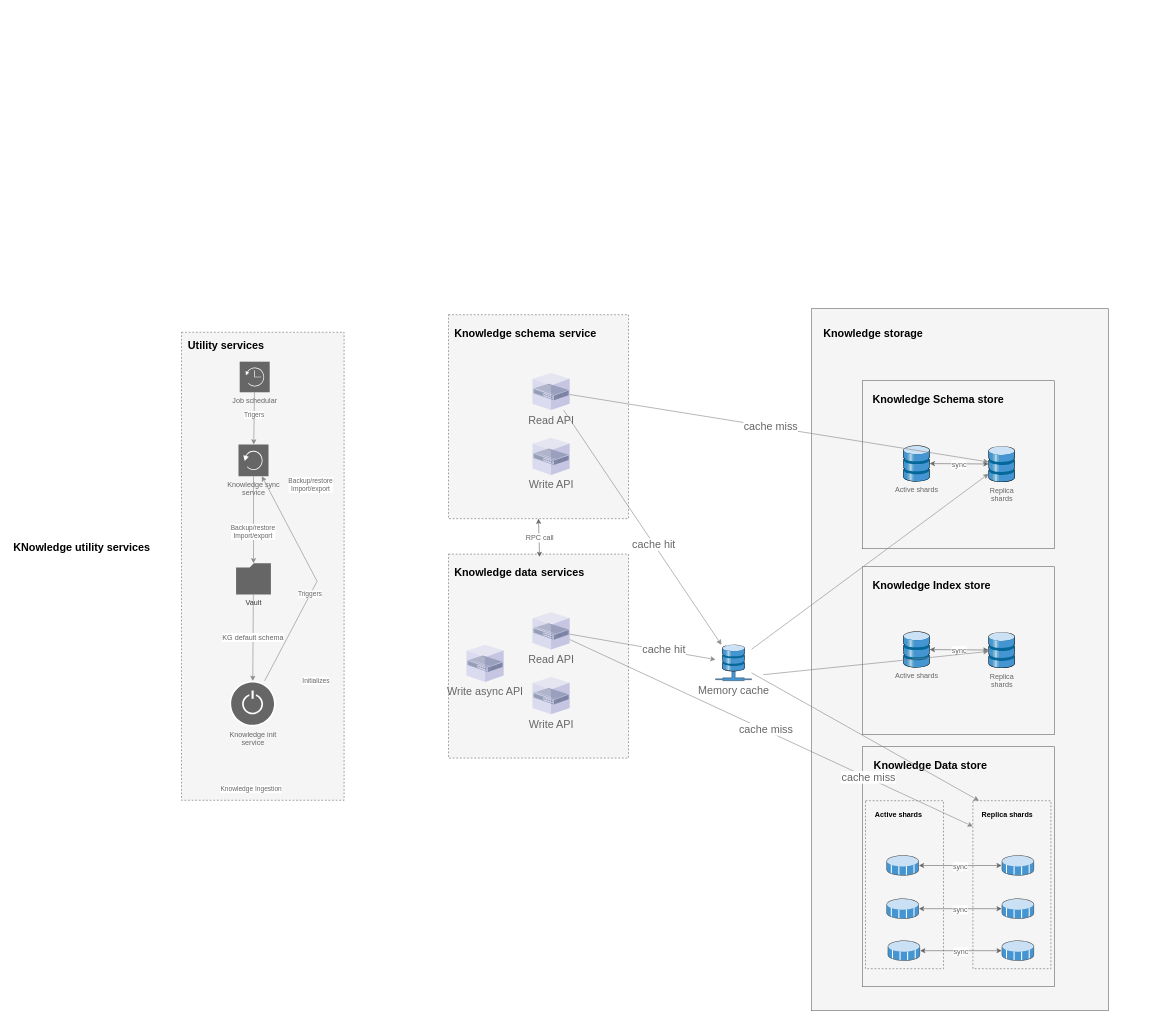
The draw.io diagram page "Utility services" (5 of 6) of KnowledgeArchitecture.drawio in supriyopaul/diagrams, before the edit. Source tidied: cells renumbered, new cells numbered last; positions are measured from the earlier drawing's top-left corner, leaving out a move shared by most shapes. Both pictures are drawn from the tidied source at 60%, with x=0, y=0 at pixel (10, 308).
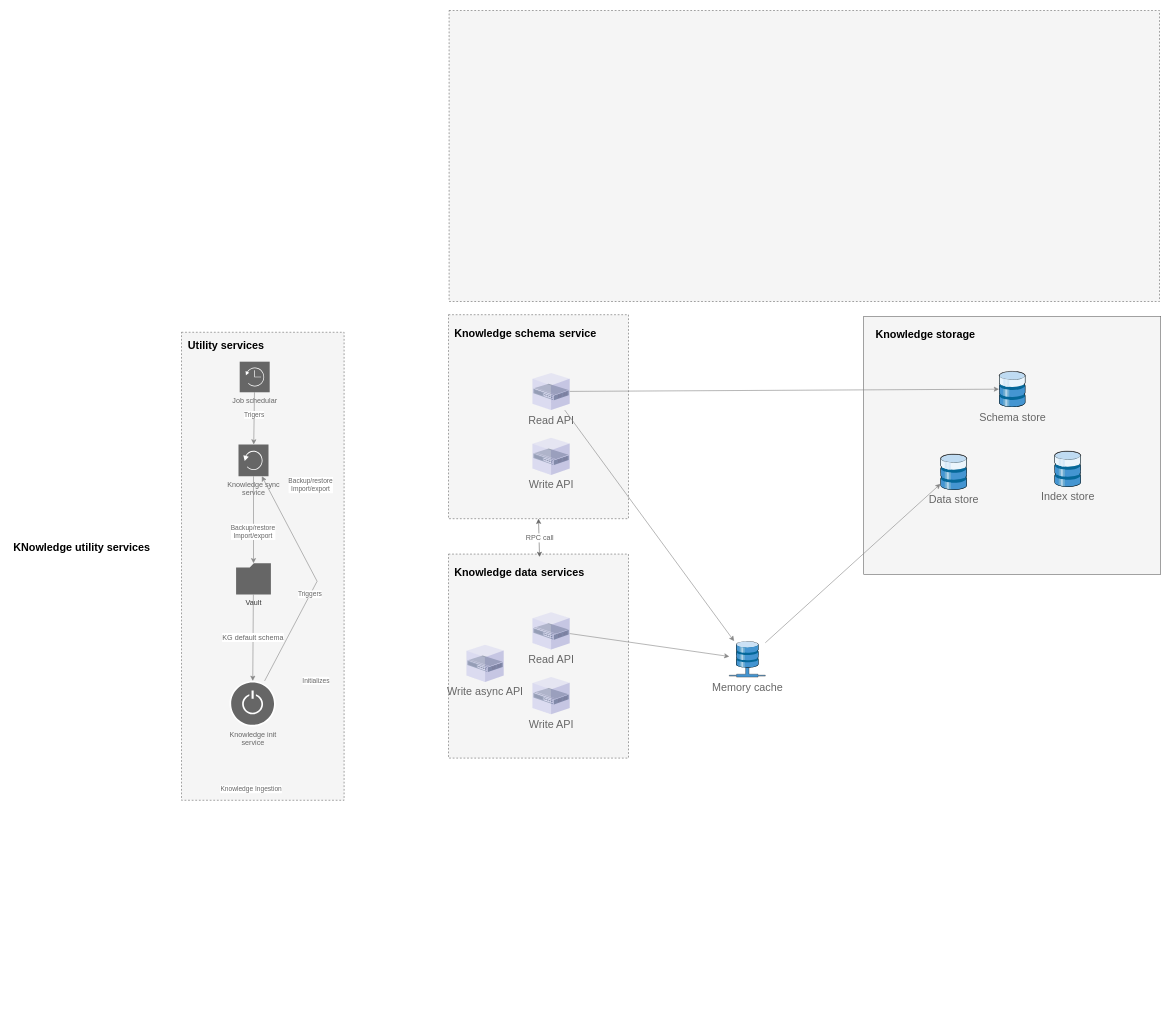
The same diagram, later.

Unchanged cells that the change refers to:
```xml
<mxCell id="44" value="Read API" style="sketch=0;shadow=0;dashed=0;html=1;labelPosition=center;verticalLabelPosition=bottom;verticalAlign=top;align=center;outlineConnect=0;shape=mxgraph.veeam.3d.vnic;fontSize=18;fontColor=#666666;fillColor=#666666;" parent="41" vertex="1">
  <mxGeometry x="140" y="97" width="62" height="62" as="geometry" />
</mxCell>
<mxCell id="50" value="Read API" style="sketch=0;shadow=0;dashed=0;html=1;labelPosition=center;verticalLabelPosition=bottom;verticalAlign=top;align=center;outlineConnect=0;shape=mxgraph.veeam.3d.vnic;fontSize=18;fontColor=#666666;fillColor=#666666;" parent="47" vertex="1">
  <mxGeometry x="140" y="97" width="62" height="62" as="geometry" />
</mxCell>
<mxCell id="53" style="endArrow=classic;html=1;rounded=0;fontSize=12;fontColor=#000000;strokeColor=#878787;fontStyle=0;" parent="1" edge="1" source="50" target="39">
  <mxGeometry relative="1" as="geometry" />
</mxCell>
<mxCell id="55" style="endArrow=classic;html=1;rounded=0;fontSize=12;fontColor=#000000;strokeColor=#878787;fontStyle=0;" parent="1" edge="1" source="44" target="39">
  <mxGeometry relative="1" as="geometry" />
</mxCell>
```

Diff of the diagram source:
```diff
@@
     <mxCell id="3" style="group;" parent="1" vertex="1">
-      <mxGeometry x="1335" width="495" height="1170" as="geometry" />
+      <mxGeometry x="1422" y="13" width="495" height="508" as="geometry" />
     </mxCell>
     <mxCell id="4" style="group;fillColor=#f5f5f5;strokeColor=#666666;fontStyle=0;" parent="3" vertex="1">
-      <mxGeometry width="495" height="1170" as="geometry" />
+      <mxGeometry width="495" height="430" as="geometry" />
     </mxCell>
-    <mxCell id="5" style="group;" parent="3" vertex="1">
-      <mxGeometry x="85" y="430" width="320" height="280" as="geometry" />
-    </mxCell>
-    <mxCell id="6" style="rounded=0;whiteSpace=wrap;html=1;fillColor=#f5f5f5;strokeColor=#666666;fontStyle=0;fontColor=#333333;" parent="5" vertex="1">
-      <mxGeometry width="320" height="280" as="geometry" />
-    </mxCell>
-    <mxCell id="7" value="&lt;h1&gt;&lt;font style=&quot;font-size: 18px;&quot;&gt;Knowledge Index store&lt;/font&gt;&lt;/h1&gt;" style="text;html=1;strokeColor=none;fillColor=none;spacing=5;spacingTop=-20;whiteSpace=wrap;overflow=hidden;rounded=0;" parent="5" vertex="1">
-      <mxGeometry x="12" y="10" width="258" height="46" as="geometry" />
-    </mxCell>
-    <mxCell id="8" value="Replica&lt;br&gt;shards" style="sketch=0;shadow=0;dashed=0;html=1;labelPosition=center;verticalLabelPosition=bottom;verticalAlign=top;align=center;outlineConnect=0;shape=mxgraph.veeam.3d.full_datastore;fontSize=12;fontColor=#666666;fillColor=#666666;" parent="5" vertex="1">
-      <mxGeometry x="210" y="109" width="44" height="60" as="geometry" />
-    </mxCell>
-    <mxCell id="9" value="Active shards" style="sketch=0;shadow=0;dashed=0;html=1;labelPosition=center;verticalLabelPosition=bottom;verticalAlign=top;align=center;outlineConnect=0;shape=mxgraph.veeam.3d.full_datastore;fontSize=12;fontColor=#666666;fillColor=#666666;" parent="5" vertex="1">
-      <mxGeometry x="68" y="108" width="44" height="60" as="geometry" />
-    </mxCell>
-    <mxCell id="10" style="endArrow=classic;startArrow=classic;html=1;rounded=0;fontSize=18;strokeColor=#666666;" parent="5" edge="1" source="9" target="8">
-      <mxGeometry relative="1" as="geometry" />
-    </mxCell>
-    <mxCell id="11" value="sync" style="edgeLabel;html=1;align=center;verticalAlign=middle;fontSize=12;fontColor=#666666;" parent="10" vertex="1">
-      <mxGeometry x="-0.01" y="-1" relative="1" as="geometry" />
-    </mxCell>
-    <mxCell id="12" style="group;" parent="3" vertex="1">
-      <mxGeometry x="85" y="120" width="320" height="280" as="geometry" />
-    </mxCell>
-    <mxCell id="13" style="rounded=0;whiteSpace=wrap;html=1;fillColor=#f5f5f5;strokeColor=#666666;fontStyle=0;fontColor=#333333;" parent="12" vertex="1">
-      <mxGeometry width="320" height="280" as="geometry" />
-    </mxCell>
-    <mxCell id="14" value="&lt;h1&gt;&lt;font style=&quot;font-size: 18px;&quot;&gt;Knowledge Schema store&lt;/font&gt;&lt;/h1&gt;" style="text;html=1;strokeColor=none;fillColor=none;spacing=5;spacingTop=-20;whiteSpace=wrap;overflow=hidden;rounded=0;" parent="12" vertex="1">
-      <mxGeometry x="12" y="10" width="268" height="46" as="geometry" />
-    </mxCell>
-    <mxCell id="15" value="Replica&lt;br&gt;shards" style="sketch=0;shadow=0;dashed=0;html=1;labelPosition=center;verticalLabelPosition=bottom;verticalAlign=top;align=center;outlineConnect=0;shape=mxgraph.veeam.3d.full_datastore;fontSize=12;fontColor=#666666;fillColor=#666666;" parent="12" vertex="1">
-      <mxGeometry x="210" y="109" width="44" height="60" as="geometry" />
-    </mxCell>
-    <mxCell id="16" value="Active shards" style="sketch=0;shadow=0;dashed=0;html=1;labelPosition=center;verticalLabelPosition=bottom;verticalAlign=top;align=center;outlineConnect=0;shape=mxgraph.veeam.3d.full_datastore;fontSize=12;fontColor=#666666;fillColor=#666666;" parent="12" vertex="1">
-      <mxGeometry x="68" y="108" width="44" height="60" as="geometry" />
-    </mxCell>
-    <mxCell id="17" style="endArrow=classic;startArrow=classic;html=1;rounded=0;fontSize=18;strokeColor=#666666;" parent="12" edge="1" source="16" target="15">
-      <mxGeometry relative="1" as="geometry" />
-    </mxCell>
-    <mxCell id="18" value="sync" style="edgeLabel;html=1;align=center;verticalAlign=middle;fontSize=12;fontColor=#666666;" parent="17" vertex="1">
-      <mxGeometry x="-0.01" y="-1" relative="1" as="geometry" />
-    </mxCell>
-    <mxCell id="19" style="group;" parent="3" vertex="1">
-      <mxGeometry x="85" y="730" width="410" height="400" as="geometry" />
-    </mxCell>
-    <mxCell id="20" style="rounded=0;whiteSpace=wrap;html=1;fillColor=#f5f5f5;strokeColor=#666666;fontStyle=0;fontColor=#333333;" parent="19" vertex="1">
-      <mxGeometry width="320" height="400" as="geometry" />
-    </mxCell>
-    <mxCell id="21" style="rounded=0;whiteSpace=wrap;html=1;fillColor=#f5f5f5;strokeColor=#666666;fontStyle=0;dashed=1;fontColor=#333333;" parent="19" vertex="1">
-      <mxGeometry x="184" y="90" width="130" height="280" as="geometry" />
-    </mxCell>
-    <mxCell id="22" style="rounded=0;whiteSpace=wrap;html=1;fillColor=#f5f5f5;strokeColor=#666666;fontStyle=0;dashed=1;fontColor=#333333;" parent="19" vertex="1">
-      <mxGeometry x="5" y="90" width="130" height="280" as="geometry" />
-    </mxCell>
-    <mxCell id="23" style="endArrow=classic;startArrow=classic;html=1;rounded=0;fontSize=18;strokeColor=#666666;" parent="19" edge="1" source="29" target="28">
-      <mxGeometry relative="1" as="geometry" />
-    </mxCell>
-    <mxCell id="24" value="sync" style="edgeLabel;html=1;align=center;verticalAlign=middle;fontSize=12;fontColor=#666666;" parent="23" vertex="1">
-      <mxGeometry x="-0.01" y="-1" relative="1" as="geometry" />
-    </mxCell>
-    <mxCell id="25" value="&lt;h1&gt;&lt;font style=&quot;font-size: 12px;&quot;&gt;Active shards&lt;/font&gt;&lt;/h1&gt;" style="text;html=1;strokeColor=none;fillColor=none;spacing=5;spacingTop=-20;whiteSpace=wrap;overflow=hidden;rounded=0;" parent="19" vertex="1">
-      <mxGeometry x="16" y="90" width="106" height="46" as="geometry" />
-    </mxCell>
-    <mxCell id="26" value="&lt;h1&gt;&lt;font style=&quot;font-size: 12px;&quot;&gt;Replica shards&lt;/font&gt;&lt;/h1&gt;" style="text;html=1;strokeColor=none;fillColor=none;spacing=5;spacingTop=-20;whiteSpace=wrap;overflow=hidden;rounded=0;" parent="19" vertex="1">
-      <mxGeometry x="194" y="90" width="106" height="46" as="geometry" />
-    </mxCell>
-    <mxCell id="27" value="&lt;h1&gt;&lt;font style=&quot;font-size: 18px;&quot;&gt;Knowledge Data store&lt;/font&gt;&lt;/h1&gt;" style="text;html=1;strokeColor=none;fillColor=none;spacing=5;spacingTop=-20;whiteSpace=wrap;overflow=hidden;rounded=0;" parent="19" vertex="1">
-      <mxGeometry x="14" y="10" width="246" height="46" as="geometry" />
-    </mxCell>
-    <mxCell id="28" style="sketch=0;shadow=0;dashed=0;html=1;labelPosition=center;verticalLabelPosition=bottom;verticalAlign=top;align=center;outlineConnect=0;shape=mxgraph.veeam.3d.datastore_volume;fontSize=12;fontColor=#666666;fillColor=#666666;" parent="19" vertex="1">
-      <mxGeometry x="232" y="181" width="54" height="34" as="geometry" />
-    </mxCell>
-    <mxCell id="29" style="sketch=0;shadow=0;dashed=0;html=1;labelPosition=center;verticalLabelPosition=bottom;verticalAlign=top;align=center;outlineConnect=0;shape=mxgraph.veeam.3d.datastore_volume;fontSize=12;fontColor=#666666;fillColor=#666666;" parent="19" vertex="1">
-      <mxGeometry x="40" y="181" width="54" height="34" as="geometry" />
-    </mxCell>
-    <mxCell id="30" style="sketch=0;shadow=0;dashed=0;html=1;labelPosition=center;verticalLabelPosition=bottom;verticalAlign=top;align=center;outlineConnect=0;shape=mxgraph.veeam.3d.datastore_volume;fontSize=12;fontColor=#666666;fillColor=#666666;" parent="19" vertex="1">
-      <mxGeometry x="42" y="323" width="54" height="34" as="geometry" />
-    </mxCell>
-    <mxCell id="31" style="sketch=0;shadow=0;dashed=0;html=1;labelPosition=center;verticalLabelPosition=bottom;verticalAlign=top;align=center;outlineConnect=0;shape=mxgraph.veeam.3d.datastore_volume;fontSize=12;fontColor=#666666;fillColor=#666666;" parent="19" vertex="1">
-      <mxGeometry x="232" y="253" width="54" height="34" as="geometry" />
-    </mxCell>
-    <mxCell id="32" style="sketch=0;shadow=0;dashed=0;html=1;labelPosition=center;verticalLabelPosition=bottom;verticalAlign=top;align=center;outlineConnect=0;shape=mxgraph.veeam.3d.datastore_volume;fontSize=12;fontColor=#666666;fillColor=#666666;" parent="19" vertex="1">
-      <mxGeometry x="40" y="253" width="54" height="34" as="geometry" />
-    </mxCell>
-    <mxCell id="33" style="endArrow=classic;startArrow=classic;html=1;rounded=0;fontSize=18;strokeColor=#666666;" parent="19" edge="1" source="32" target="31">
-      <mxGeometry relative="1" as="geometry" />
-    </mxCell>
-    <mxCell id="34" value="sync" style="edgeLabel;html=1;align=center;verticalAlign=middle;fontSize=12;fontColor=#666666;" parent="33" vertex="1">
-      <mxGeometry x="-0.01" y="-1" relative="1" as="geometry" />
-    </mxCell>
-    <mxCell id="35" style="sketch=0;shadow=0;dashed=0;html=1;labelPosition=center;verticalLabelPosition=bottom;verticalAlign=top;align=center;outlineConnect=0;shape=mxgraph.veeam.3d.datastore_volume;fontSize=12;fontColor=#666666;fillColor=#666666;" parent="19" vertex="1">
-      <mxGeometry x="232" y="323" width="54" height="34" as="geometry" />
-    </mxCell>
-    <mxCell id="36" style="endArrow=classic;startArrow=classic;html=1;rounded=0;fontSize=18;strokeColor=#666666;" parent="19" edge="1" source="30" target="35">
-      <mxGeometry relative="1" as="geometry" />
-    </mxCell>
-    <mxCell id="37" value="sync" style="edgeLabel;html=1;align=center;verticalAlign=middle;fontSize=12;fontColor=#666666;" parent="36" vertex="1">
-      <mxGeometry x="-0.01" y="-1" relative="1" as="geometry" />
-    </mxCell>
     <mxCell id="38" value="&lt;h1&gt;&lt;font style=&quot;font-size: 18px;&quot;&gt;Knowledge storage&lt;/font&gt;&lt;/h1&gt;" style="text;html=1;strokeColor=none;fillColor=none;spacing=5;spacingTop=-20;whiteSpace=wrap;overflow=hidden;rounded=0;" parent="3" vertex="1">
-      <mxGeometry x="15" y="20" width="412.7" height="74.6" as="geometry" />
+      <mxGeometry x="15" y="8.7" width="412.7" height="32.4" as="geometry" />
     </mxCell>
+    <mxCell id="83" value="Schema store" style="sketch=0;shadow=0;dashed=0;html=1;labelPosition=center;verticalLabelPosition=bottom;verticalAlign=top;align=center;outlineConnect=0;shape=mxgraph.veeam.3d.medium_datastore;fontSize=18;fontColor=#666666;fillColor=#666666;" parent="3" vertex="1">
+      <mxGeometry x="225.5" y="91" width="44" height="60" as="geometry" />
+    </mxCell>
+    <mxCell id="84" value="Data store" style="sketch=0;shadow=0;dashed=0;html=1;labelPosition=center;verticalLabelPosition=bottom;verticalAlign=top;align=center;outlineConnect=0;shape=mxgraph.veeam.3d.medium_datastore;fontSize=18;fontColor=#666666;fillColor=#666666;" parent="3" vertex="1">
+      <mxGeometry x="128" y="229" width="44" height="60" as="geometry" />
+    </mxCell>
+    <mxCell id="85" value="Index store" style="sketch=0;shadow=0;dashed=0;html=1;labelPosition=center;verticalLabelPosition=bottom;verticalAlign=top;align=center;shape=mxgraph.veeam.3d.medium_datastore;fontSize=18;fontColor=#666666;fillColor=#666666;" parent="3" vertex="1">
+      <mxGeometry x="318" y="224" width="44" height="60" as="geometry" />
+    </mxCell>
     <mxCell id="39" value="&lt;font style=&quot;font-size: 18px;&quot;&gt;Memory cache&lt;/font&gt;" style="sketch=0;shadow=0;dashed=0;html=1;labelPosition=center;verticalLabelPosition=bottom;verticalAlign=top;align=center;outlineConnect=0;shape=mxgraph.veeam.3d.remote_storage;fontSize=12;fontColor=#666666;fillColor=#666666;" parent="1" vertex="1">
-      <mxGeometry x="1175" y="560" width="60" height="60" as="geometry" />
+      <mxGeometry x="1198" y="554" width="60" height="60" as="geometry" />
     </mxCell>
@@
-    <mxCell id="54" value="cache hit" style="edgeLabel;html=1;align=center;verticalAlign=middle;fontSize=18;fontColor=#666666;" parent="53" vertex="1">
-      <mxGeometry x="0.29" y="1" relative="1" as="geometry" />
-    </mxCell>
@@
-    <mxCell id="56" value="cache hit" style="edgeLabel;html=1;align=center;verticalAlign=middle;fontSize=18;fontColor=#666666;" parent="55" vertex="1">
-      <mxGeometry x="0.14" y="-1" relative="1" as="geometry" />
-    </mxCell>
-    <mxCell id="57" style="endArrow=classic;html=1;rounded=0;fontSize=12;fontColor=#000000;strokeColor=#878787;fontStyle=0;entryX=-0.001;entryY=0.153;entryDx=0;entryDy=0;entryPerimeter=0;" parent="1" edge="1" source="50" target="21">
-      <mxGeometry relative="1" as="geometry" />
-    </mxCell>
-    <mxCell id="58" value="cache miss" style="edgeLabel;html=1;align=center;verticalAlign=middle;fontSize=18;fontColor=#666666;" parent="57" vertex="1">
-      <mxGeometry x="-0.03" y="2" relative="1" as="geometry" />
-    </mxCell>
-    <mxCell id="59" value="cache miss" style="edgeLabel;html=1;align=center;verticalAlign=middle;fontSize=18;fontColor=#666666;" parent="57" vertex="1">
-      <mxGeometry x="0.48" y="1" relative="1" as="geometry" />
-    </mxCell>
-    <mxCell id="60" style="endArrow=classic;html=1;rounded=0;fontSize=12;fontColor=#000000;strokeColor=#878787;fontStyle=0;" parent="1" edge="1" source="39" target="15">
+    <mxCell id="60" style="endArrow=classic;html=1;rounded=0;fontSize=12;fontColor=#000000;strokeColor=#878787;fontStyle=0;" parent="1" edge="1" source="39" target="84">
       <mxGeometry relative="1" as="geometry" />
     </mxCell>
-    <mxCell id="61" style="endArrow=classic;html=1;rounded=0;fontSize=12;fontColor=#000000;strokeColor=#878787;fontStyle=0;" parent="1" edge="1" target="8">
-      <mxGeometry relative="1" as="geometry">
-        <mxPoint x="1254.6" y="610" as="sourcePoint" />
-      </mxGeometry>
-    </mxCell>
-    <mxCell id="62" style="endArrow=classic;html=1;rounded=0;fontSize=12;fontColor=#000000;strokeColor=#878787;fontStyle=0;entryX=0;entryY=0;entryDx=0;entryDy=0;" parent="1" edge="1" source="39" target="26">
-      <mxGeometry relative="1" as="geometry" />
-    </mxCell>
@@
-    <mxCell id="65" style="endArrow=classic;html=1;rounded=0;fontSize=12;fontColor=#000000;strokeColor=#878787;fontStyle=0;" parent="1" edge="1" source="44" target="15">
+    <mxCell id="65" style="endArrow=classic;html=1;rounded=0;fontSize=12;fontColor=#000000;strokeColor=#878787;fontStyle=0;" parent="1" edge="1" source="44" target="83">
       <mxGeometry relative="1" as="geometry" />
     </mxCell>
-    <mxCell id="66" value="cache miss" style="edgeLabel;html=1;align=center;verticalAlign=middle;fontSize=18;fontColor=#666666;" parent="65" vertex="1">
-      <mxGeometry x="-0.04" relative="1" as="geometry" />
-    </mxCell>
@@
+    <mxCell id="86" style="rounded=0;whiteSpace=wrap;html=1;fillColor=#f5f5f5;strokeColor=#666666;fontStyle=0;dashed=1;fontColor=#333333;" parent="1" vertex="1">
+      <mxGeometry x="731" y="-497" width="1184" height="485" as="geometry" />
+    </mxCell>
```
